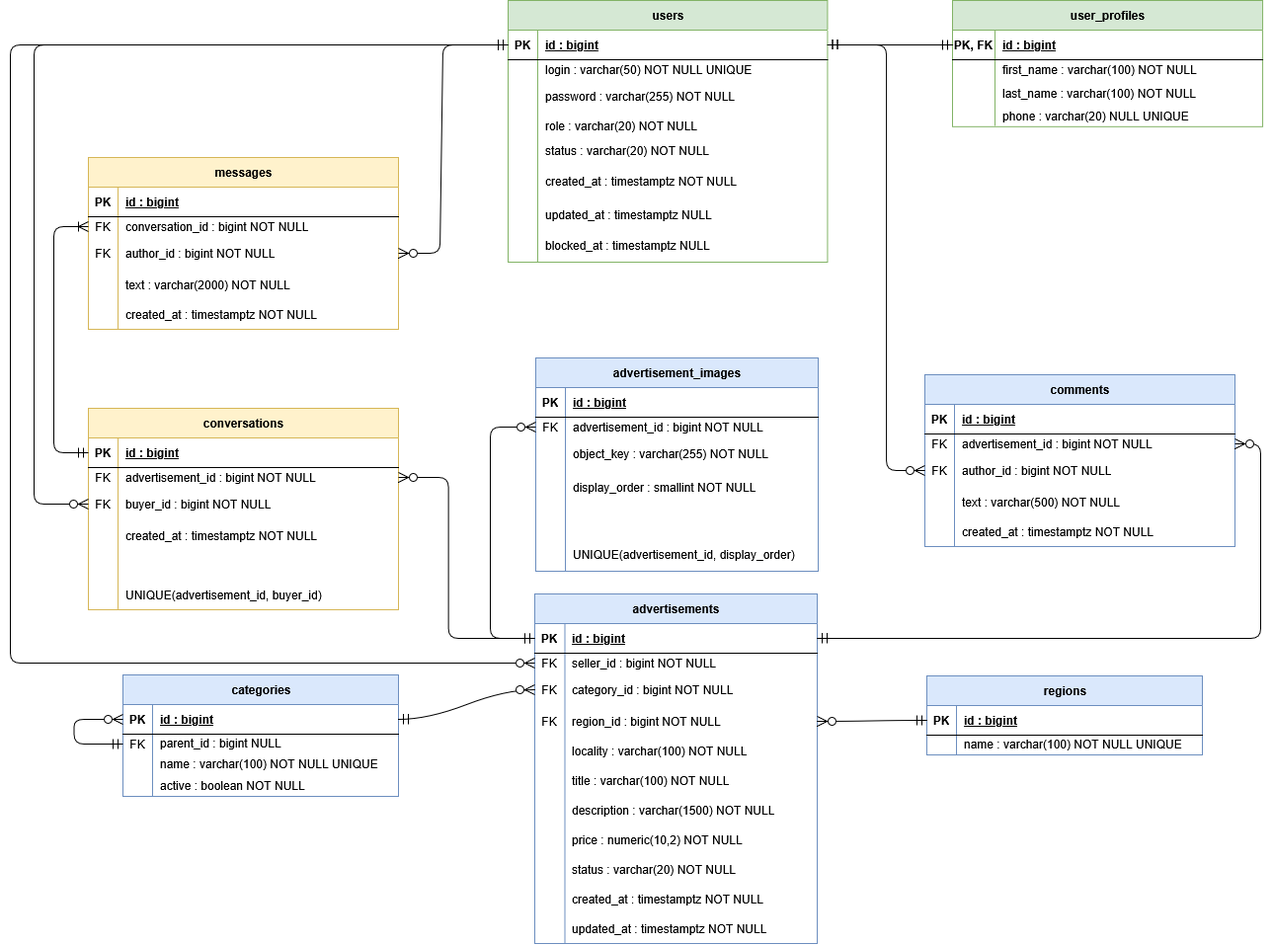
This is docs/Classifieds-ERD.png from DrMemeX/Classifieds, a draw.io export, as it was before one commit. Source tidied: cells renumbered, new cells last; positions are measured from the earlier drawing's top-left corner, leaving out a move shared by most shapes.
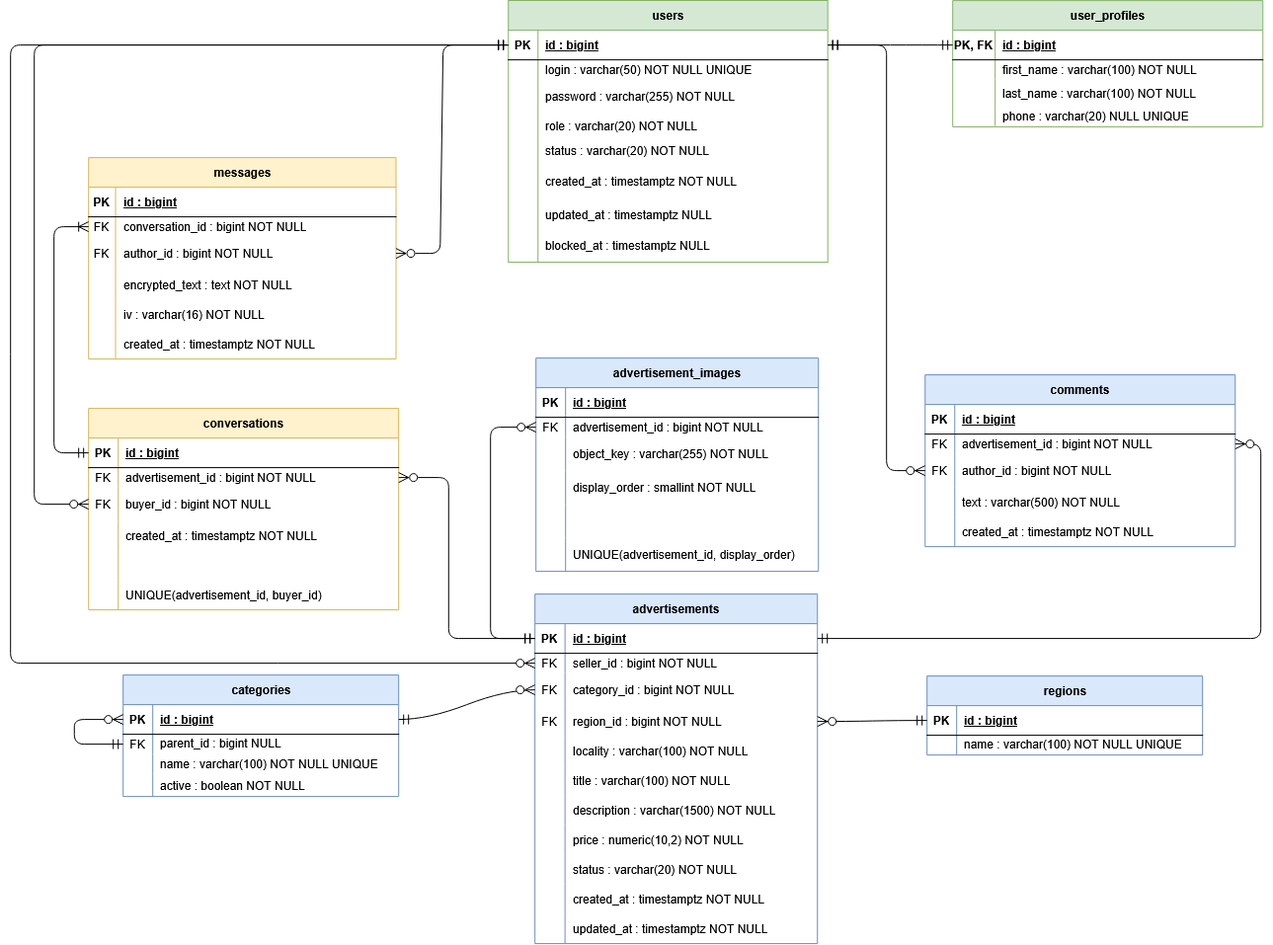
After the change.

Diff of the diagram source:
```diff
@@ -402,53 +402,62 @@
       <mxGeometry x="30" width="284" height="30" as="geometry" />
     </mxCell>
     <mxCell id="130" value="messages" style="shape=table;startSize=30;rowLines=0;fontStyle=1;align=center;html=1;fillColor=#fff2cc;strokeColor=#d6b656;" parent="1" vertex="1">
-      <mxGeometry x="79" y="159" width="314" height="174" as="geometry" />
+      <mxGeometry x="79" y="159" width="311.3" height="204" as="geometry" />
     </mxCell>
     <mxCell id="131" style="shape=tableRow;horizontal=0;startSize=0;swimlaneHead=0;swimlaneBody=0;fillColor=none;top=0;left=0;right=0;bottom=1;" parent="130" vertex="1">
-      <mxGeometry y="30" width="314" height="30" as="geometry" />
+      <mxGeometry y="30" width="311.3" height="30" as="geometry" />
     </mxCell>
     <mxCell id="132" value="PK" style="shape=partialRectangle;fillColor=none;top=0;left=0;bottom=0;right=0;fontStyle=1;overflow=hidden;whiteSpace=wrap;html=1;" parent="131" vertex="1">
-      <mxGeometry width="30" height="30" as="geometry" />
+      <mxGeometry width="27.3" height="30" as="geometry" />
     </mxCell>
     <mxCell id="133" value="id : bigint" style="shape=partialRectangle;fillColor=none;top=0;left=0;bottom=0;right=0;align=left;spacingLeft=6;fontStyle=5;overflow=hidden;whiteSpace=wrap;html=1;" parent="131" vertex="1">
-      <mxGeometry x="30" width="284" height="30" as="geometry" />
+      <mxGeometry x="27.3" width="284" height="30" as="geometry" />
     </mxCell>
     <mxCell id="134" style="shape=tableRow;horizontal=0;startSize=0;swimlaneHead=0;swimlaneBody=0;fillColor=none;points=[[0,0.5],[1,0.5]];portConstraint=eastwest;top=0;left=0;right=0;bottom=0;" parent="130" vertex="1">
-      <mxGeometry y="60" width="314" height="20" as="geometry" />
+      <mxGeometry y="60" width="311.3" height="20" as="geometry" />
     </mxCell>
     <mxCell id="135" value="FK" style="shape=partialRectangle;fillColor=none;top=0;left=0;bottom=0;right=0;overflow=hidden;whiteSpace=wrap;html=1;" parent="134" vertex="1">
-      <mxGeometry width="30" height="20" as="geometry" />
+      <mxGeometry width="27.3" height="20" as="geometry" />
     </mxCell>
     <mxCell id="136" value="conversation_id : bigint NOT NULL" style="shape=partialRectangle;fillColor=none;top=0;left=0;bottom=0;right=0;align=left;spacingLeft=6;overflow=hidden;whiteSpace=wrap;html=1;" parent="134" vertex="1">
-      <mxGeometry x="30" width="284" height="20" as="geometry" />
+      <mxGeometry x="27.3" width="284" height="20" as="geometry" />
     </mxCell>
     <mxCell id="137" style="shape=tableRow;horizontal=0;startSize=0;swimlaneHead=0;swimlaneBody=0;fillColor=none;points=[[0,0.5],[1,0.5]];portConstraint=eastwest;top=0;left=0;right=0;bottom=0;" parent="130" vertex="1">
-      <mxGeometry y="80" width="314" height="34" as="geometry" />
+      <mxGeometry y="80" width="311.3" height="34" as="geometry" />
     </mxCell>
     <mxCell id="138" value="FK" style="shape=partialRectangle;fillColor=none;top=0;left=0;bottom=0;right=0;overflow=hidden;whiteSpace=wrap;html=1;" parent="137" vertex="1">
-      <mxGeometry width="30" height="34" as="geometry" />
+      <mxGeometry width="27.3" height="34" as="geometry" />
     </mxCell>
     <mxCell id="139" value="author_id : bigint NOT NULL" style="shape=partialRectangle;fillColor=none;top=0;left=0;bottom=0;right=0;align=left;spacingLeft=6;overflow=hidden;whiteSpace=wrap;html=1;" parent="137" vertex="1">
-      <mxGeometry x="30" width="284" height="34" as="geometry" />
+      <mxGeometry x="27.3" width="284" height="34" as="geometry" />
     </mxCell>
     <mxCell id="140" style="shape=tableRow;horizontal=0;startSize=0;swimlaneHead=0;swimlaneBody=0;fillColor=none;top=0;left=0;right=0;bottom=0;" parent="130" vertex="1">
-      <mxGeometry y="114" width="314" height="30" as="geometry" />
+      <mxGeometry y="114" width="311.3" height="30" as="geometry" />
     </mxCell>
     <mxCell id="141" style="shape=partialRectangle;fillColor=none;top=0;left=0;bottom=0;right=0;overflow=hidden;whiteSpace=wrap;html=1;" parent="140" vertex="1">
-      <mxGeometry width="30" height="30" as="geometry" />
+      <mxGeometry width="27.3" height="30" as="geometry" />
     </mxCell>
-    <mxCell id="142" value="text : varchar(2000) NOT NULL" style="shape=partialRectangle;fillColor=none;top=0;left=0;bottom=0;right=0;align=left;spacingLeft=6;overflow=hidden;whiteSpace=wrap;html=1;" parent="140" vertex="1">
-      <mxGeometry x="30" width="284" height="30" as="geometry" />
+    <mxCell id="142" value="encrypted_text : text NOT NULL" style="shape=partialRectangle;fillColor=none;top=0;left=0;bottom=0;right=0;align=left;spacingLeft=6;overflow=hidden;whiteSpace=wrap;html=1;" parent="140" vertex="1">
+      <mxGeometry x="27.3" width="284" height="30" as="geometry" />
     </mxCell>
     <mxCell id="143" style="shape=tableRow;horizontal=0;startSize=0;swimlaneHead=0;swimlaneBody=0;fillColor=none;top=0;left=0;right=0;bottom=0;" parent="130" vertex="1">
-      <mxGeometry y="144" width="314" height="30" as="geometry" />
+      <mxGeometry y="144" width="311.3" height="30" as="geometry" />
     </mxCell>
     <mxCell id="144" style="shape=partialRectangle;fillColor=none;top=0;left=0;bottom=0;right=0;overflow=hidden;whiteSpace=wrap;html=1;" parent="143" vertex="1">
-      <mxGeometry width="30" height="30" as="geometry" />
+      <mxGeometry width="27.3" height="30" as="geometry" />
     </mxCell>
-    <mxCell id="145" value="created_at : timestamptz NOT NULL" style="shape=partialRectangle;fillColor=none;top=0;left=0;bottom=0;right=0;align=left;spacingLeft=6;overflow=hidden;whiteSpace=wrap;html=1;" parent="143" vertex="1">
-      <mxGeometry x="30" width="284" height="30" as="geometry" />
+    <mxCell id="145" value="iv : varchar(16) NOT NULL" style="shape=partialRectangle;fillColor=none;top=0;left=0;bottom=0;right=0;align=left;spacingLeft=6;overflow=hidden;whiteSpace=wrap;html=1;" parent="143" vertex="1">
+      <mxGeometry x="27.3" width="284" height="30" as="geometry" />
     </mxCell>
+    <mxCell id="176" style="shape=tableRow;horizontal=0;startSize=0;swimlaneHead=0;swimlaneBody=0;fillColor=none;top=0;left=0;right=0;bottom=0;" parent="130" vertex="1">
+      <mxGeometry y="174" width="311.3" height="30" as="geometry" />
+    </mxCell>
+    <mxCell id="177" style="shape=partialRectangle;fillColor=none;top=0;left=0;bottom=0;right=0;overflow=hidden;whiteSpace=wrap;html=1;" parent="176" vertex="1">
+      <mxGeometry width="27.3" height="30" as="geometry" />
+    </mxCell>
+    <mxCell id="178" value="created_at : timestamptz NOT NULL" style="shape=partialRectangle;fillColor=none;top=0;left=0;bottom=0;right=0;align=left;spacingLeft=6;overflow=hidden;whiteSpace=wrap;html=1;" parent="176" vertex="1">
+      <mxGeometry x="27.3" width="284" height="30" as="geometry" />
+    </mxCell>
     <mxCell id="146" style="fontSize=12;html=1;endArrow=ERzeroToMany;startArrow=ERmandOne;rounded=1;startSize=8;endSize=8;elbow=vertical;exitX=0;exitY=0.5;exitDx=0;exitDy=0;curved=0;entryX=0;entryY=0.5;entryDx=0;entryDy=0;" parent="1" edge="1" source="3" target="118">
       <mxGeometry relative="1" as="geometry">
         <Array as="points">
```
